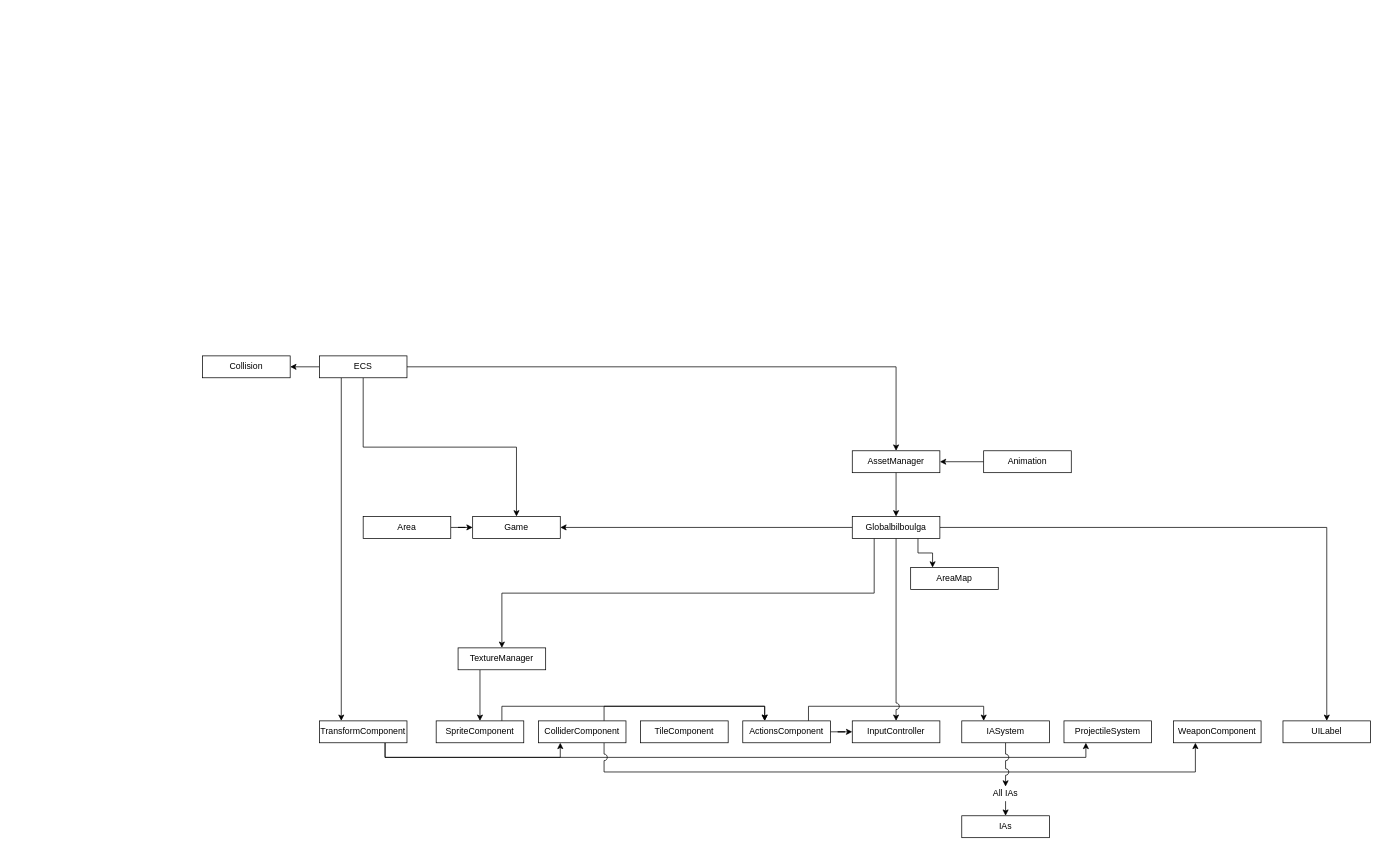
This is UML/Untitled Diagram.drawio from abastienIIT/Roguelike, a draw.io file, before an edit. Source tidied: cells renumbered, new cells numbered last; positions are measured from the earlier drawing's top-left corner, leaving out a move shared by most shapes. Both pictures are drawn from the tidied source at 73%, with x=0, y=0 at pixel (202, 356).
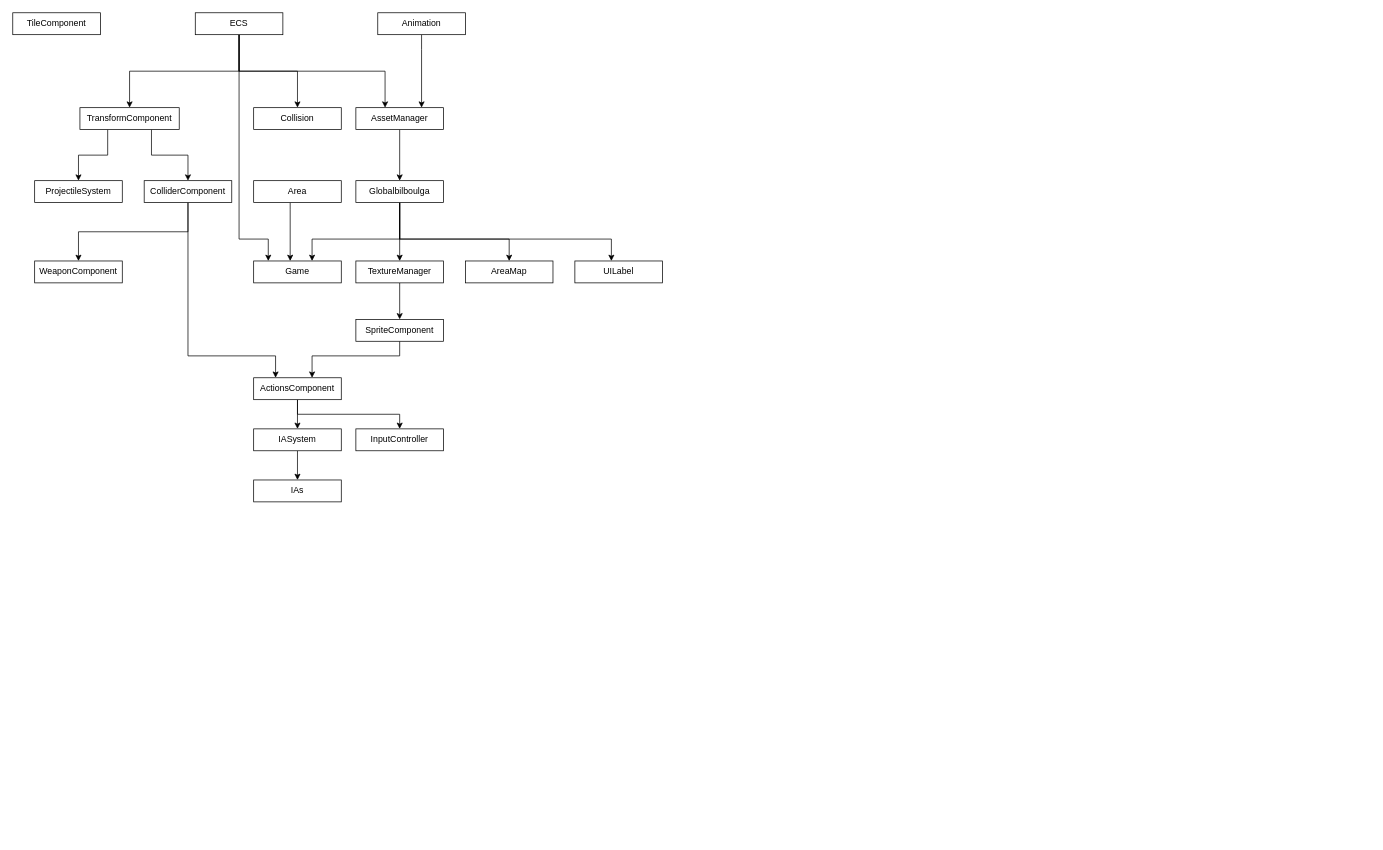
After the change.

What changed in the source:
```diff
@@
+    <mxCell id="3" style="edgeStyle=orthogonalEdgeStyle;rounded=0;jettySize=auto;html=1;" parent="1" edge="1" source="4" target="17">
+      <mxGeometry relative="1" as="geometry">
+        <Array as="points">
+          <mxPoint x="-130" y="-275" />
+          <mxPoint x="-170" y="-275" />
+        </Array>
+      </mxGeometry>
+    </mxCell>
-    <mxCell id="2" style="edgeStyle=orthogonalEdgeStyle;rounded=0;jumpStyle=arc;jumpSize=9;jettySize=auto;html=1;exitX=0.75;exitY=1;exitDx=0;exitDy=0;entryX=0.25;entryY=1;entryDx=0;entryDy=0;" parent="1" edge="1" source="4" target="9">
-      <mxGeometry relative="1" as="geometry" />
+    <mxCell id="2" style="edgeStyle=orthogonalEdgeStyle;rounded=0;jettySize=auto;html=1;" parent="1" edge="1" source="4" target="9">
+      <mxGeometry relative="1" as="geometry">
+        <Array as="points">
+          <mxPoint x="-70" y="-275" />
+          <mxPoint x="-20" y="-275" />
+        </Array>
+      </mxGeometry>
     </mxCell>
-    <mxCell id="3" style="edgeStyle=orthogonalEdgeStyle;rounded=0;jumpStyle=arc;jumpSize=9;jettySize=auto;html=1;exitX=0.75;exitY=1;exitDx=0;exitDy=0;entryX=0.25;entryY=1;entryDx=0;entryDy=0;" parent="1" edge="1" source="4" target="17">
-      <mxGeometry relative="1" as="geometry" />
-    </mxCell>
     <mxCell id="4" value="TransformComponent" style="rounded=0;whiteSpace=wrap;html=1;" parent="1" vertex="1">
-      <mxGeometry x="160" y="500" width="120" height="30" as="geometry" />
+      <mxGeometry x="-168" y="-340" width="136" height="30" as="geometry" />
     </mxCell>
-    <mxCell id="5" style="edgeStyle=orthogonalEdgeStyle;rounded=0;jumpStyle=arc;jumpSize=9;jettySize=auto;html=1;exitX=0.75;exitY=0;exitDx=0;exitDy=0;entryX=0.25;entryY=0;entryDx=0;entryDy=0;" parent="1" edge="1" source="6" target="13">
-      <mxGeometry relative="1" as="geometry" />
+    <mxCell id="5" style="edgeStyle=orthogonalEdgeStyle;rounded=0;jettySize=auto;html=1;" parent="1" edge="1" source="6" target="13">
+      <mxGeometry relative="1" as="geometry">
+        <Array as="points">
+          <mxPoint x="270" />
+          <mxPoint x="150" />
+        </Array>
+      </mxGeometry>
     </mxCell>
     <mxCell id="6" value="SpriteComponent" style="rounded=0;whiteSpace=wrap;html=1;" parent="1" vertex="1">
-      <mxGeometry x="320" y="500" width="120" height="30" as="geometry" />
+      <mxGeometry x="210" y="-50" width="120" height="30" as="geometry" />
     </mxCell>
+    <mxCell id="8" style="edgeStyle=orthogonalEdgeStyle;rounded=0;jettySize=auto;html=1;" parent="1" edge="1" source="9" target="18">
+      <mxGeometry relative="1" as="geometry">
+        <Array as="points">
+          <mxPoint x="-20" y="-170" />
+          <mxPoint x="-170" y="-170" />
+        </Array>
+      </mxGeometry>
+    </mxCell>
-    <mxCell id="7" style="edgeStyle=orthogonalEdgeStyle;rounded=0;jumpStyle=arc;jumpSize=9;jettySize=auto;html=1;exitX=0.75;exitY=0;exitDx=0;exitDy=0;entryX=0.25;entryY=0;entryDx=0;entryDy=0;" parent="1" edge="1" source="9" target="13">
-      <mxGeometry relative="1" as="geometry" />
+    <mxCell id="7" style="edgeStyle=orthogonalEdgeStyle;rounded=0;jettySize=auto;html=1;" parent="1" edge="1" source="9" target="13">
+      <mxGeometry relative="1" as="geometry">
+        <Array as="points">
+          <mxPoint x="-20" />
+          <mxPoint x="100" />
+        </Array>
+      </mxGeometry>
     </mxCell>
-    <mxCell id="8" style="edgeStyle=orthogonalEdgeStyle;rounded=0;jumpStyle=arc;jumpSize=9;jettySize=auto;html=1;exitX=0.75;exitY=1;exitDx=0;exitDy=0;entryX=0.25;entryY=1;entryDx=0;entryDy=0;" parent="1" edge="1" source="9" target="18">
-      <mxGeometry relative="1" as="geometry">
-        <Array as="points">
-          <mxPoint x="550" y="570" />
-          <mxPoint x="1360" y="570" />
-        </Array>
-      </mxGeometry>
-    </mxCell>
     <mxCell id="9" value="ColliderComponent" style="rounded=0;whiteSpace=wrap;html=1;" parent="1" vertex="1">
-      <mxGeometry x="460" y="500" width="120" height="30" as="geometry" />
+      <mxGeometry x="-80" y="-240" width="120" height="30" as="geometry" />
     </mxCell>
     <mxCell id="10" value="TileComponent" style="rounded=0;whiteSpace=wrap;html=1;" parent="1" vertex="1">
-      <mxGeometry x="600" y="500" width="120" height="30" as="geometry" />
+      <mxGeometry x="-260" y="-470" width="120" height="30" as="geometry" />
     </mxCell>
+    <mxCell id="12" style="edgeStyle=orthogonalEdgeStyle;rounded=0;jettySize=auto;html=1;" parent="1" edge="1" source="13" target="16">
+      <mxGeometry relative="1" as="geometry" />
+    </mxCell>
-    <mxCell id="11" style="edgeStyle=orthogonalEdgeStyle;rounded=0;jumpStyle=arc;jumpSize=9;jettySize=auto;html=1;" parent="1" edge="1" source="13" target="14">
-      <mxGeometry relative="1" as="geometry" />
+    <mxCell id="11" style="edgeStyle=orthogonalEdgeStyle;rounded=0;jettySize=auto;html=1;" parent="1" edge="1" source="13" target="14">
+      <mxGeometry relative="1" as="geometry">
+        <Array as="points">
+          <mxPoint x="130" y="80" />
+          <mxPoint x="270" y="80" />
+        </Array>
+      </mxGeometry>
     </mxCell>
-    <mxCell id="12" style="edgeStyle=orthogonalEdgeStyle;rounded=0;jumpStyle=arc;jumpSize=9;jettySize=auto;html=1;exitX=0.75;exitY=0;exitDx=0;exitDy=0;entryX=0.25;entryY=0;entryDx=0;entryDy=0;" parent="1" edge="1" source="13" target="16">
-      <mxGeometry relative="1" as="geometry" />
-    </mxCell>
     <mxCell id="13" value="ActionsComponent" style="rounded=0;whiteSpace=wrap;html=1;" parent="1" vertex="1">
-      <mxGeometry x="740" y="500" width="120" height="30" as="geometry" />
+      <mxGeometry x="70" y="30" width="120" height="30" as="geometry" />
     </mxCell>
     <mxCell id="14" value="InputController" style="rounded=0;whiteSpace=wrap;html=1;" parent="1" vertex="1">
-      <mxGeometry x="890" y="500" width="120" height="30" as="geometry" />
+      <mxGeometry x="210" y="100" width="120" height="30" as="geometry" />
     </mxCell>
-    <mxCell id="15" style="edgeStyle=orthogonalEdgeStyle;rounded=0;jumpStyle=arc;jumpSize=9;jettySize=auto;html=1;exitX=0.5;exitY=1;exitDx=0;exitDy=0;entryX=0.5;entryY=0;entryDx=0;entryDy=0;" parent="1" edge="1" source="16" target="42">
-      <mxGeometry relative="1" as="geometry" />
-    </mxCell>
+    <mxCell id="45" style="edgeStyle=orthogonalEdgeStyle;rounded=0;jettySize=auto;html=1;" parent="1" edge="1" source="16" target="40">
+      <mxGeometry relative="1" as="geometry" />
+    </mxCell>
     <mxCell id="16" value="IASystem" style="rounded=0;whiteSpace=wrap;html=1;" parent="1" vertex="1">
-      <mxGeometry x="1040" y="500" width="120" height="30" as="geometry" />
+      <mxGeometry x="70" y="100" width="120" height="30" as="geometry" />
     </mxCell>
     <mxCell id="17" value="ProjectileSystem" style="rounded=0;whiteSpace=wrap;html=1;" parent="1" vertex="1">
-      <mxGeometry x="1180" y="500" width="120" height="30" as="geometry" />
+      <mxGeometry x="-230" y="-240" width="120" height="30" as="geometry" />
     </mxCell>
     <mxCell id="18" value="WeaponComponent" style="rounded=0;whiteSpace=wrap;html=1;" parent="1" vertex="1">
-      <mxGeometry x="1330" y="500" width="120" height="30" as="geometry" />
+      <mxGeometry x="-230" y="-130" width="120" height="30" as="geometry" />
     </mxCell>
     <mxCell id="19" value="UILabel" style="rounded=0;whiteSpace=wrap;html=1;" parent="1" vertex="1">
-      <mxGeometry x="1480" y="500" width="120" height="30" as="geometry" />
+      <mxGeometry x="510" y="-130" width="120" height="30" as="geometry" />
     </mxCell>
-    <mxCell id="20" style="edgeStyle=orthogonalEdgeStyle;rounded=0;jumpStyle=arc;jumpSize=9;jettySize=auto;html=1;" parent="1" edge="1" source="21" target="30">
-      <mxGeometry relative="1" as="geometry" />
+    <mxCell id="20" style="edgeStyle=orthogonalEdgeStyle;rounded=0;jettySize=auto;html=1;" parent="1" edge="1" source="21" target="30">
+      <mxGeometry relative="1" as="geometry">
+        <Array as="points">
+          <mxPoint x="300" y="-420" />
+          <mxPoint x="300" y="-420" />
+        </Array>
+      </mxGeometry>
     </mxCell>
     <mxCell id="21" value="Animation" style="rounded=0;whiteSpace=wrap;html=1;" parent="1" vertex="1">
-      <mxGeometry x="1070" y="130" width="120" height="30" as="geometry" />
+      <mxGeometry x="240" y="-470" width="120" height="30" as="geometry" />
     </mxCell>
-    <mxCell id="22" style="edgeStyle=orthogonalEdgeStyle;rounded=0;jumpStyle=arc;jumpSize=9;jettySize=auto;html=1;exitX=0.25;exitY=1;exitDx=0;exitDy=0;entryX=0.5;entryY=0;entryDx=0;entryDy=0;" parent="1" edge="1" source="23" target="6">
+    <mxCell id="22" style="edgeStyle=orthogonalEdgeStyle;rounded=0;jettySize=auto;html=1;" parent="1" edge="1" source="23" target="6">
       <mxGeometry relative="1" as="geometry" />
     </mxCell>
     <mxCell id="23" value="TextureManager" style="rounded=0;whiteSpace=wrap;html=1;" parent="1" vertex="1">
-      <mxGeometry x="350" y="400" width="120" height="30" as="geometry" />
+      <mxGeometry x="210" y="-130" width="120" height="30" as="geometry" />
     </mxCell>
-    <mxCell id="24" style="edgeStyle=orthogonalEdgeStyle;rounded=0;jumpStyle=arc;jumpSize=9;jettySize=auto;html=1;exitX=0;exitY=0.5;exitDx=0;exitDy=0;entryX=1;entryY=0.5;entryDx=0;entryDy=0;" parent="1" edge="1" source="29" target="32">
-      <mxGeometry relative="1" as="geometry" />
+    <mxCell id="24" style="edgeStyle=orthogonalEdgeStyle;rounded=0;jettySize=auto;html=1;" parent="1" edge="1" source="29" target="32">
+      <mxGeometry relative="1" as="geometry">
+        <Array as="points">
+          <mxPoint x="270" y="-160" />
+          <mxPoint x="150" y="-160" />
+        </Array>
+      </mxGeometry>
     </mxCell>
-    <mxCell id="25" style="edgeStyle=orthogonalEdgeStyle;rounded=0;jumpStyle=arc;jumpSize=9;jettySize=auto;html=1;exitX=0.25;exitY=1;exitDx=0;exitDy=0;entryX=0.5;entryY=0;entryDx=0;entryDy=0;" parent="1" edge="1" source="29" target="23">
+    <mxCell id="25" style="edgeStyle=orthogonalEdgeStyle;rounded=0;jettySize=auto;html=1;" parent="1" edge="1" source="29" target="23">
       <mxGeometry relative="1" as="geometry" />
     </mxCell>
+    <mxCell id="27" style="edgeStyle=orthogonalEdgeStyle;rounded=0;jettySize=auto;html=1;" parent="1" edge="1" source="29" target="43">
+      <mxGeometry relative="1" as="geometry">
+        <Array as="points">
+          <mxPoint x="270" y="-160" />
+          <mxPoint x="420" y="-160" />
+        </Array>
+      </mxGeometry>
+    </mxCell>
-    <mxCell id="26" style="edgeStyle=orthogonalEdgeStyle;rounded=0;jumpStyle=arc;jumpSize=9;jettySize=auto;html=1;exitX=1;exitY=0.5;exitDx=0;exitDy=0;entryX=0.5;entryY=0;entryDx=0;entryDy=0;" parent="1" edge="1" source="29" target="19">
-      <mxGeometry relative="1" as="geometry" />
+    <mxCell id="26" style="edgeStyle=orthogonalEdgeStyle;rounded=0;jettySize=auto;html=1;" parent="1" edge="1" source="29" target="19">
+      <mxGeometry relative="1" as="geometry">
+        <Array as="points">
+          <mxPoint x="270" y="-160" />
+          <mxPoint x="560" y="-160" />
+        </Array>
+      </mxGeometry>
     </mxCell>
-    <mxCell id="27" style="edgeStyle=orthogonalEdgeStyle;rounded=0;jumpStyle=arc;jumpSize=9;jettySize=auto;html=1;exitX=0.75;exitY=1;exitDx=0;exitDy=0;entryX=0.25;entryY=0;entryDx=0;entryDy=0;" parent="1" edge="1" source="29" target="43">
-      <mxGeometry relative="1" as="geometry" />
-    </mxCell>
-    <mxCell id="28" style="edgeStyle=orthogonalEdgeStyle;rounded=0;jumpStyle=arc;jumpSize=9;jettySize=auto;html=1;exitX=0.5;exitY=1;exitDx=0;exitDy=0;entryX=0.5;entryY=0;entryDx=0;entryDy=0;" parent="1" edge="1" source="29" target="14">
-      <mxGeometry relative="1" as="geometry" />
-    </mxCell>
     <mxCell id="29" value="Globalbilboulga" style="rounded=0;whiteSpace=wrap;html=1;" parent="1" vertex="1">
-      <mxGeometry x="890" y="220" width="120" height="30" as="geometry" />
+      <mxGeometry x="210" y="-240" width="120" height="30" as="geometry" />
     </mxCell>
+    <mxCell id="46" style="edgeStyle=orthogonalEdgeStyle;rounded=0;jettySize=auto;html=1;entryX=0.5;entryY=0;entryDx=0;entryDy=0;" parent="1" edge="1" source="30" target="29">
+      <mxGeometry relative="1" as="geometry" />
+    </mxCell>
     <mxCell id="30" value="AssetManager" style="rounded=0;whiteSpace=wrap;html=1;" parent="1" vertex="1">
-      <mxGeometry x="890" y="130" width="120" height="30" as="geometry" />
+      <mxGeometry x="210" y="-340" width="120" height="30" as="geometry" />
     </mxCell>
-    <mxCell id="31" style="endArrow=classic;html=1;exitX=0.5;exitY=1;exitDx=0;exitDy=0;" parent="1" edge="1" source="30">
-      <mxGeometry relative="1" as="geometry">
-        <mxPoint x="950" y="220" as="targetPoint" />
-      </mxGeometry>
-    </mxCell>
     <mxCell id="32" value="Game" style="rounded=0;whiteSpace=wrap;html=1;" parent="1" vertex="1">
-      <mxGeometry x="370" y="220" width="120" height="30" as="geometry" />
+      <mxGeometry x="70" y="-130" width="120" height="30" as="geometry" />
     </mxCell>
-    <mxCell id="33" style="edgeStyle=orthogonalEdgeStyle;rounded=0;jumpStyle=arc;jumpSize=9;jettySize=auto;html=1;exitX=0.25;exitY=1;exitDx=0;exitDy=0;entryX=0.25;entryY=0;entryDx=0;entryDy=0;" parent="1" edge="1" source="37" target="4">
-      <mxGeometry relative="1" as="geometry" />
+    <mxCell id="33" style="edgeStyle=orthogonalEdgeStyle;rounded=0;jettySize=auto;html=1;" parent="1" edge="1" source="37" target="4">
+      <mxGeometry relative="1" as="geometry">
+        <Array as="points">
+          <mxPoint x="50" y="-390" />
+          <mxPoint x="-100" y="-390" />
+        </Array>
+      </mxGeometry>
     </mxCell>
+    <mxCell id="36" style="edgeStyle=orthogonalEdgeStyle;rounded=0;jettySize=auto;html=1;" parent="1" edge="1" source="37" target="30">
+      <mxGeometry relative="1" as="geometry">
+        <Array as="points">
+          <mxPoint x="50" y="-390" />
+          <mxPoint x="250" y="-390" />
+        </Array>
+      </mxGeometry>
+    </mxCell>
+    <mxCell id="35" style="edgeStyle=orthogonalEdgeStyle;rounded=0;jettySize=auto;html=1;" parent="1" edge="1" source="37" target="32">
+      <mxGeometry relative="1" as="geometry">
+        <Array as="points">
+          <mxPoint x="50" y="-160" />
+          <mxPoint x="90" y="-160" />
+        </Array>
+      </mxGeometry>
+    </mxCell>
-    <mxCell id="34" style="edgeStyle=orthogonalEdgeStyle;rounded=0;jumpStyle=arc;jumpSize=9;jettySize=auto;html=1;" parent="1" edge="1" source="37" target="44">
+    <mxCell id="34" style="edgeStyle=orthogonalEdgeStyle;rounded=0;jettySize=auto;html=1;" parent="1" edge="1" source="37" target="44">
       <mxGeometry relative="1" as="geometry" />
     </mxCell>
-    <mxCell id="35" style="edgeStyle=orthogonalEdgeStyle;rounded=0;jumpStyle=arc;jumpSize=9;jettySize=auto;html=1;exitX=0.5;exitY=1;exitDx=0;exitDy=0;entryX=0.5;entryY=0;entryDx=0;entryDy=0;" parent="1" edge="1" source="37" target="32">
-      <mxGeometry relative="1" as="geometry" />
-    </mxCell>
-    <mxCell id="36" style="edgeStyle=orthogonalEdgeStyle;rounded=0;jumpStyle=arc;jumpSize=9;jettySize=auto;html=1;exitX=1;exitY=0.5;exitDx=0;exitDy=0;entryX=0.5;entryY=0;entryDx=0;entryDy=0;" parent="1" edge="1" source="37" target="30">
-      <mxGeometry relative="1" as="geometry" />
-    </mxCell>
     <mxCell id="37" value="ECS" style="rounded=0;whiteSpace=wrap;html=1;" parent="1" vertex="1">
-      <mxGeometry x="160" width="120" height="30" as="geometry" />
+      <mxGeometry x="-10" y="-470" width="120" height="30" as="geometry" />
     </mxCell>
-    <mxCell id="38" style="edgeStyle=orthogonalEdgeStyle;rounded=0;jumpStyle=arc;jumpSize=9;jettySize=auto;html=1;" parent="1" edge="1" source="39" target="32">
-      <mxGeometry relative="1" as="geometry" />
+    <mxCell id="38" style="edgeStyle=orthogonalEdgeStyle;rounded=0;jettySize=auto;html=1;" parent="1" edge="1" source="39" target="32">
+      <mxGeometry relative="1" as="geometry">
+        <Array as="points">
+          <mxPoint x="120" y="-200" />
+          <mxPoint x="120" y="-200" />
+        </Array>
+      </mxGeometry>
     </mxCell>
     <mxCell id="39" value="Area" style="rounded=0;whiteSpace=wrap;html=1;" parent="1" vertex="1">
-      <mxGeometry x="220" y="220" width="120" height="30" as="geometry" />
+      <mxGeometry x="70" y="-240" width="120" height="30" as="geometry" />
     </mxCell>
     <mxCell id="40" value="IAs" style="rounded=0;whiteSpace=wrap;html=1;" parent="1" vertex="1">
-      <mxGeometry x="1040" y="630" width="120" height="30" as="geometry" />
+      <mxGeometry x="70" y="170" width="120" height="30" as="geometry" />
     </mxCell>
-    <mxCell id="41" style="edgeStyle=orthogonalEdgeStyle;rounded=0;jumpStyle=arc;jumpSize=9;jettySize=auto;html=1;exitX=0.5;exitY=1;exitDx=0;exitDy=0;entryX=0.5;entryY=0;entryDx=0;entryDy=0;" parent="1" edge="1" source="42" target="40">
-      <mxGeometry relative="1" as="geometry" />
-    </mxCell>
-    <mxCell id="42" value="All IAs" style="text;html=1;strokeColor=none;fillColor=none;align=center;verticalAlign=middle;whiteSpace=wrap;rounded=0;" parent="1" vertex="1">
-      <mxGeometry x="1080" y="590" width="40" height="20" as="geometry" />
-    </mxCell>
     <mxCell id="43" value="AreaMap" style="rounded=0;whiteSpace=wrap;html=1;" parent="1" vertex="1">
-      <mxGeometry x="970" y="290" width="120" height="30" as="geometry" />
+      <mxGeometry x="360" y="-130" width="120" height="30" as="geometry" />
     </mxCell>
     <mxCell id="44" value="Collision" style="rounded=0;whiteSpace=wrap;html=1;" parent="1" vertex="1">
-      <mxGeometry width="120" height="30" as="geometry" />
+      <mxGeometry x="70" y="-340" width="120" height="30" as="geometry" />
     </mxCell>
```
